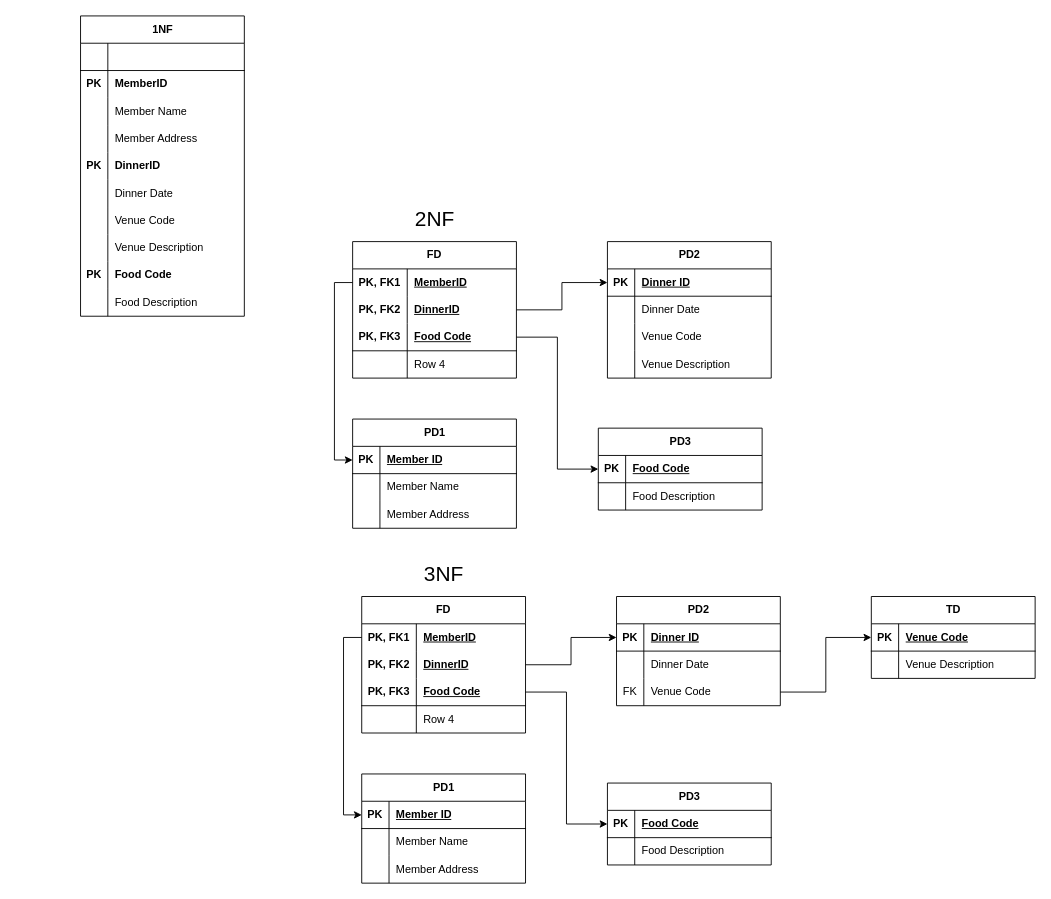
Before: page "Exercise #1" (1 of 3) of Logical Models & Normalization.drawio in robeeds/is380-drawio, a draw.io diagram. Source tidied: cells renumbered, new cells numbered last; positions are measured from the earlier drawing's top-left corner, leaving out a move shared by most shapes. Both pictures are drawn from the tidied source at 91%, with x=0, y=0 at pixel (80, 15).
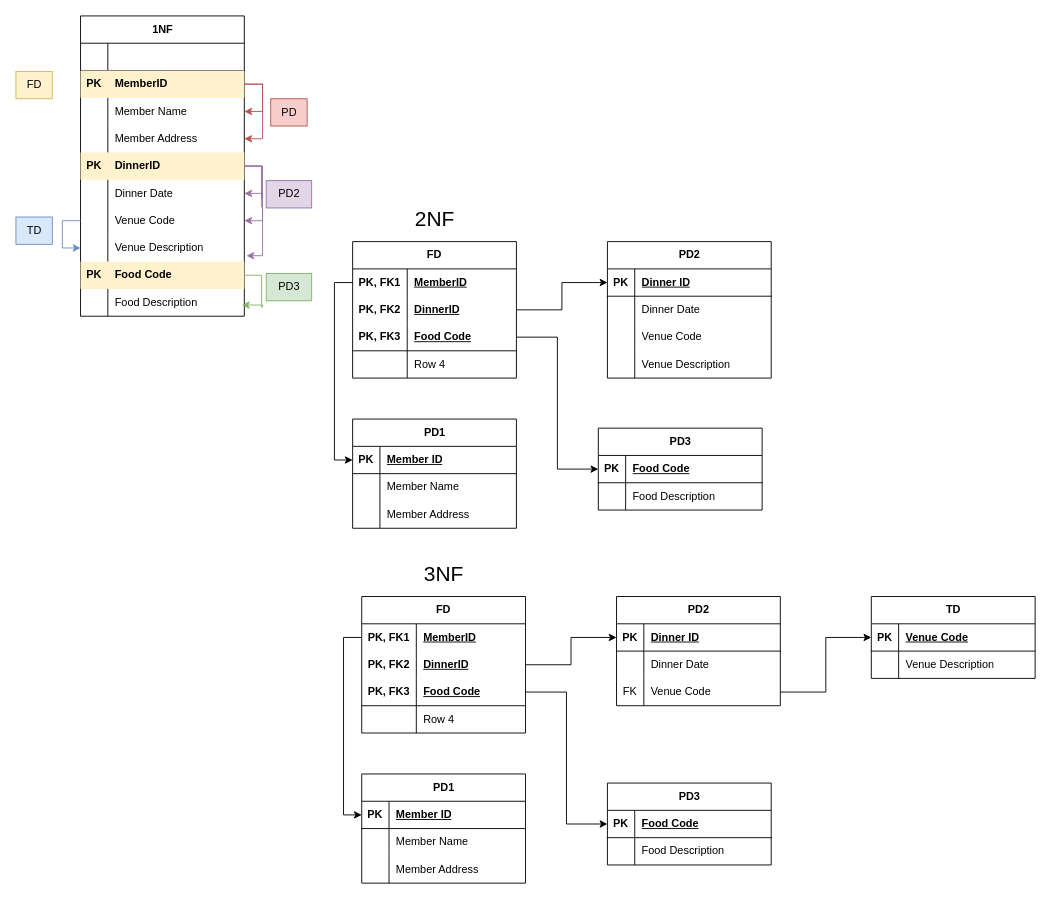
The same diagram, later.

The change refers to these unchanged cells:
```xml
<mxCell id="2" value="1NF" style="shape=table;startSize=30;childLayout=tableLayout;rowLines=0;fontStyle=1;align=center;html=1;" parent="1" vertex="1">
  <mxGeometry width="180" height="330" as="geometry" />
</mxCell>
<mxCell id="9" style="shape=tableRow;horizontal=0;startSize=0;swimlaneHead=0;swimlaneBody=0;fillColor=none;points=[[0,0.5],[1,0.5]];portConstraint=eastwest;top=0;left=0;right=0;bottom=0;" parent="2" vertex="1">
  <mxGeometry y="90" width="180" height="30" as="geometry" />
</mxCell>
<mxCell id="12" style="shape=tableRow;horizontal=0;startSize=0;swimlaneHead=0;swimlaneBody=0;fillColor=none;points=[[0,0.5],[1,0.5]];portConstraint=eastwest;top=0;left=0;right=0;bottom=0;" parent="2" vertex="1">
  <mxGeometry y="120" width="180" height="30" as="geometry" />
</mxCell>
<mxCell id="18" style="shape=tableRow;horizontal=0;startSize=0;swimlaneHead=0;swimlaneBody=0;fillColor=none;points=[[0,0.5],[1,0.5]];portConstraint=eastwest;top=0;left=0;right=0;bottom=0;" parent="2" vertex="1">
  <mxGeometry y="180" width="180" height="30" as="geometry" />
</mxCell>
<mxCell id="21" style="shape=tableRow;horizontal=0;startSize=0;swimlaneHead=0;swimlaneBody=0;fillColor=none;points=[[0,0.5],[1,0.5]];portConstraint=eastwest;top=0;left=0;right=0;bottom=0;" parent="2" vertex="1">
  <mxGeometry y="210" width="180" height="30" as="geometry" />
</mxCell>
<mxCell id="24" style="shape=tableRow;horizontal=0;startSize=0;swimlaneHead=0;swimlaneBody=0;fillColor=none;points=[[0,0.5],[1,0.5]];portConstraint=eastwest;top=0;left=0;right=0;bottom=0;" parent="2" vertex="1">
  <mxGeometry y="240" width="180" height="30" as="geometry" />
</mxCell>
<mxCell id="30" style="shape=tableRow;horizontal=0;startSize=0;swimlaneHead=0;swimlaneBody=0;fillColor=none;points=[[0,0.5],[1,0.5]];portConstraint=eastwest;top=0;left=0;right=0;bottom=0;" parent="2" vertex="1">
  <mxGeometry y="300" width="180" height="30" as="geometry" />
</mxCell>
```

What changed in the source:
```diff
@@
-    <mxCell id="6" style="shape=tableRow;horizontal=0;startSize=0;swimlaneHead=0;swimlaneBody=0;fillColor=none;points=[[0,0.5],[1,0.5]];portConstraint=eastwest;top=0;left=0;right=0;bottom=0;fontStyle=0;" parent="2" vertex="1">
+    <mxCell id="6" style="shape=tableRow;horizontal=0;startSize=0;swimlaneHead=0;swimlaneBody=0;fillColor=#fff2cc;points=[[0,0.5],[1,0.5]];portConstraint=eastwest;top=0;left=0;right=0;bottom=0;fontStyle=0;strokeColor=#d6b656;" parent="2" vertex="1">
       <mxGeometry y="60" width="180" height="30" as="geometry" />
     </mxCell>
@@
-    <mxCell id="15" style="shape=tableRow;horizontal=0;startSize=0;swimlaneHead=0;swimlaneBody=0;fillColor=none;points=[[0,0.5],[1,0.5]];portConstraint=eastwest;top=0;left=0;right=0;bottom=0;" parent="2" vertex="1">
+    <mxCell id="15" style="shape=tableRow;horizontal=0;startSize=0;swimlaneHead=0;swimlaneBody=0;fillColor=#fff2cc;points=[[0,0.5],[1,0.5]];portConstraint=eastwest;top=0;left=0;right=0;bottom=0;strokeColor=#d6b656;" parent="2" vertex="1">
       <mxGeometry y="150" width="180" height="30" as="geometry" />
     </mxCell>
@@
-    <mxCell id="27" style="shape=tableRow;horizontal=0;startSize=0;swimlaneHead=0;swimlaneBody=0;fillColor=none;points=[[0,0.5],[1,0.5]];portConstraint=eastwest;top=0;left=0;right=0;bottom=0;" parent="2" vertex="1">
+    <mxCell id="27" style="shape=tableRow;horizontal=0;startSize=0;swimlaneHead=0;swimlaneBody=0;fillColor=#fff2cc;points=[[0,0.5],[1,0.5]];portConstraint=eastwest;top=0;left=0;right=0;bottom=0;strokeColor=#d6b656;" parent="2" vertex="1">
       <mxGeometry y="270" width="180" height="30" as="geometry" />
     </mxCell>
@@
+    <mxCell id="132" style="edgeStyle=orthogonalEdgeStyle;rounded=0;jettySize=auto;html=1;entryX=1.013;entryY=0.784;entryDx=0;entryDy=0;entryPerimeter=0;fillColor=#e1d5e7;strokeColor=#9673a6;" parent="2" edge="1" source="15" target="24">
+      <mxGeometry relative="1" as="geometry">
+        <Array as="points">
+          <mxPoint x="199" y="165" />
+          <mxPoint x="199" y="210" />
+          <mxPoint x="200" y="210" />
+          <mxPoint x="200" y="264" />
+        </Array>
+      </mxGeometry>
+    </mxCell>
+    <mxCell id="133" style="edgeStyle=orthogonalEdgeStyle;rounded=0;jettySize=auto;html=1;entryX=0.985;entryY=0.591;entryDx=0;entryDy=0;entryPerimeter=0;fillColor=#d5e8d4;strokeColor=#82b366;" parent="2" edge="1" source="27" target="30">
+      <mxGeometry relative="1" as="geometry">
+        <Array as="points">
+          <mxPoint x="199" y="285" />
+          <mxPoint x="199" y="320" />
+          <mxPoint x="200" y="320" />
+          <mxPoint x="200" y="318" />
+        </Array>
+      </mxGeometry>
+    </mxCell>
+    <mxCell id="134" style="edgeStyle=orthogonalEdgeStyle;rounded=0;jettySize=auto;html=1;fillColor=#f8cecc;strokeColor=#b85450;" parent="1" edge="1" source="6" target="12">
+      <mxGeometry relative="1" as="geometry">
+        <Array as="points">
+          <mxPoint x="200" y="75" />
+          <mxPoint x="200" y="135" />
+        </Array>
+      </mxGeometry>
+    </mxCell>
+    <mxCell id="135" style="edgeStyle=orthogonalEdgeStyle;rounded=0;jettySize=auto;html=1;fillColor=#f8cecc;strokeColor=#b85450;" parent="1" edge="1" source="6" target="9">
+      <mxGeometry relative="1" as="geometry">
+        <Array as="points">
+          <mxPoint x="200" y="75" />
+          <mxPoint x="200" y="105" />
+        </Array>
+      </mxGeometry>
+    </mxCell>
@@
+    <mxCell id="136" style="edgeStyle=orthogonalEdgeStyle;rounded=0;jettySize=auto;html=1;fillColor=#e1d5e7;strokeColor=#9673a6;" parent="1" edge="1" source="15" target="21">
+      <mxGeometry relative="1" as="geometry">
+        <Array as="points">
+          <mxPoint x="200" y="165" />
+          <mxPoint x="200" y="225" />
+        </Array>
+      </mxGeometry>
+    </mxCell>
+    <mxCell id="137" style="edgeStyle=orthogonalEdgeStyle;rounded=0;jettySize=auto;html=1;fillColor=#e1d5e7;strokeColor=#9673a6;" parent="1" edge="1" source="15" target="18">
+      <mxGeometry relative="1" as="geometry">
+        <Array as="points">
+          <mxPoint x="199" y="165" />
+          <mxPoint x="199" y="200" />
+          <mxPoint x="200" y="200" />
+          <mxPoint x="200" y="195" />
+        </Array>
+      </mxGeometry>
+    </mxCell>
+    <mxCell id="138" style="edgeStyle=orthogonalEdgeStyle;rounded=0;jettySize=auto;html=1;entryX=0;entryY=0.5;entryDx=0;entryDy=0;fillColor=#dae8fc;strokeColor=#6c8ebf;" parent="1" edge="1" source="21" target="24">
+      <mxGeometry relative="1" as="geometry">
+        <Array as="points">
+          <mxPoint x="-20" y="225" />
+          <mxPoint x="-20" y="255" />
+        </Array>
+      </mxGeometry>
+    </mxCell>
@@
+    <mxCell id="139" value="FD" style="text;html=1;align=center;verticalAlign=middle;strokeColor=#d6b656;fillColor=#fff2cc;" parent="1" vertex="1">
+      <mxGeometry x="-71" y="61" width="40" height="30" as="geometry" />
+    </mxCell>
+    <mxCell id="140" value="PD" style="text;html=1;align=center;verticalAlign=middle;strokeColor=#b85450;fillColor=#f8cecc;" parent="1" vertex="1">
+      <mxGeometry x="209" y="91" width="40" height="30" as="geometry" />
+    </mxCell>
+    <mxCell id="141" value="PD2" style="text;html=1;align=center;verticalAlign=middle;strokeColor=#9673a6;fillColor=#e1d5e7;" parent="1" vertex="1">
+      <mxGeometry x="204" y="181" width="50" height="30" as="geometry" />
+    </mxCell>
+    <mxCell id="142" value="TD" style="text;html=1;align=center;verticalAlign=middle;strokeColor=#6c8ebf;fillColor=#dae8fc;" parent="1" vertex="1">
+      <mxGeometry x="-71" y="221" width="40" height="30" as="geometry" />
+    </mxCell>
+    <mxCell id="143" value="PD3" style="text;html=1;align=center;verticalAlign=middle;strokeColor=#82b366;fillColor=#d5e8d4;" parent="1" vertex="1">
+      <mxGeometry x="204" y="283" width="50" height="30" as="geometry" />
+    </mxCell>
```
